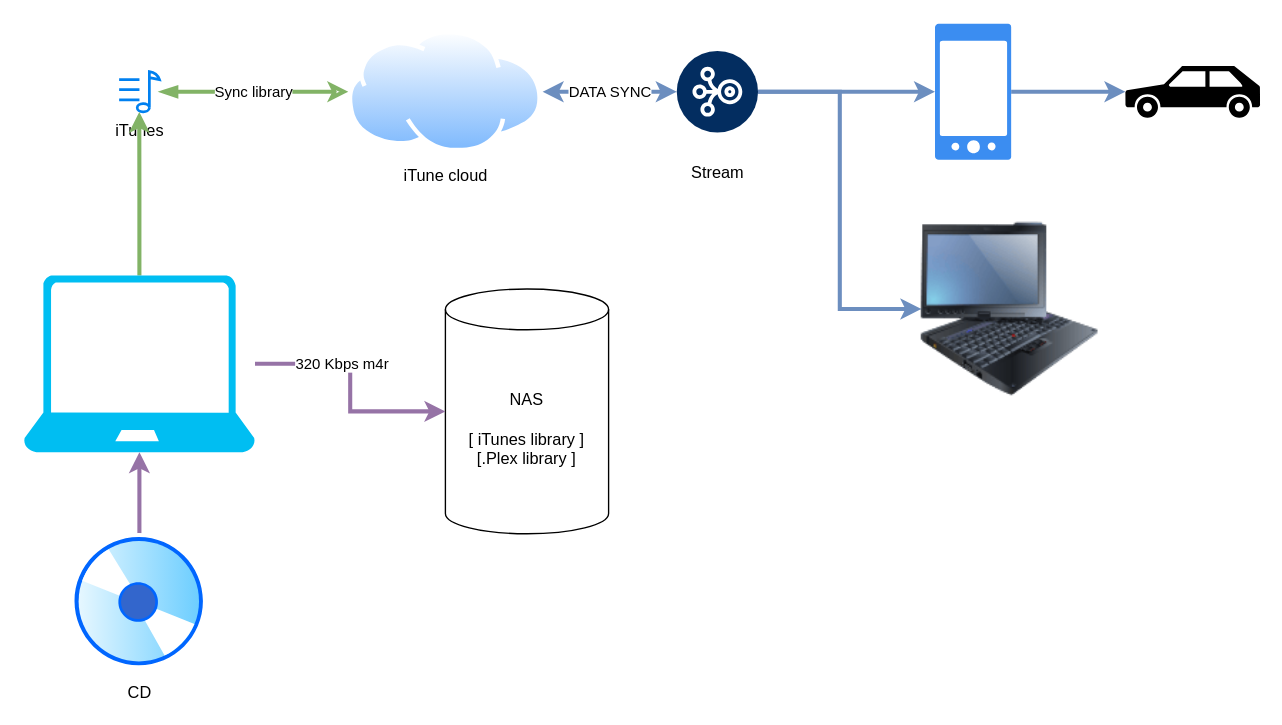
Cadmus-design/Diagrams keeps this draw.io diagram as reddit.drawio. Above is the earlier version. Source tidied: cells renumbered, new cells numbered last; positions are measured from the earlier drawing's top-left corner, leaving out a move shared by most shapes. Both pictures are drawn from the tidied source at 136%, with x=0, y=0 at pixel (23, 23).
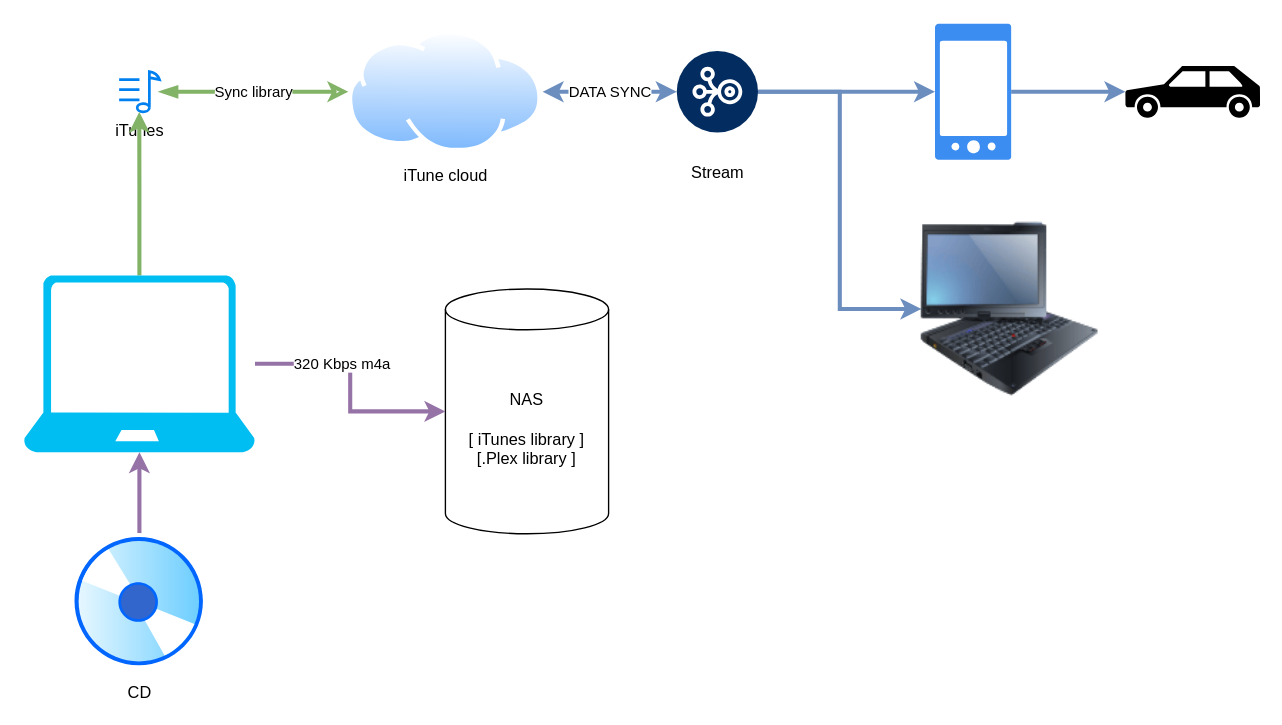
The same diagram, later.

Diff of the diagram source:
```diff
@@
 <mxGraphModel>
   <root>
     <mxCell id="0" />
     <mxCell id="1" parent="0" />
     <mxCell id="2" value="&lt;div&gt;NAS&lt;/div&gt;&lt;div&gt;&lt;br&gt;&lt;/div&gt;&lt;div&gt;[ iTunes library ]&lt;/div&gt;&lt;div&gt;[.Plex library ]&lt;br&gt;&lt;/div&gt;" style="shape=cylinder3;whiteSpace=wrap;html=1;boundedLbl=1;backgroundOutline=1;size=15;" parent="1" vertex="1">
       <mxGeometry x="310" y="195" width="120" height="180" as="geometry" />
     </mxCell>
     <mxCell id="3" style="edgeStyle=orthogonalEdgeStyle;rounded=0;jettySize=auto;html=1;fillColor=#dae8fc;strokeColor=#6c8ebf;strokeWidth=3;" parent="1" edge="1" source="4" target="18">
       <mxGeometry relative="1" as="geometry" />
     </mxCell>
     <mxCell id="4" style="sketch=0;html=1;strokeColor=none;shadow=0;fillColor=#3B8DF1;verticalAlign=top;labelPosition=center;verticalLabelPosition=bottom;shape=mxgraph.gcp2.phone_android;" parent="1" vertex="1">
       <mxGeometry x="670" width="56" height="100" as="geometry" />
     </mxCell>
     <mxCell id="5" value="Sync library" style="edgeStyle=orthogonalEdgeStyle;rounded=0;jettySize=auto;html=1;entryX=0;entryY=0.5;entryDx=0;entryDy=0;strokeWidth=3;fillColor=#d5e8d4;strokeColor=#82b366;endArrow=classic;endFill=0;startArrow=blockThin;startFill=1;" parent="1" edge="1" source="6" target="13">
       <mxGeometry relative="1" as="geometry" />
     </mxCell>
     <mxCell id="6" value="iTunes" style="html=1;verticalLabelPosition=bottom;align=center;labelBackgroundColor=#ffffff;verticalAlign=top;strokeWidth=2;strokeColor=#0080F0;shadow=0;dashed=0;shape=mxgraph.ios7.icons.note;" parent="1" vertex="1">
       <mxGeometry x="70.1" y="35.1" width="29.7" height="29.7" as="geometry" />
     </mxCell>
-    <mxCell id="7" value="320 Kbps m4r" style="edgeStyle=orthogonalEdgeStyle;rounded=0;jettySize=auto;html=1;strokeWidth=3;fillColor=#e1d5e7;strokeColor=#9673a6;" parent="1" edge="1" source="9" target="2">
+    <mxCell id="7" value="320 Kbps m4a" style="edgeStyle=orthogonalEdgeStyle;rounded=0;jettySize=auto;html=1;strokeWidth=3;fillColor=#e1d5e7;strokeColor=#9673a6;" parent="1" edge="1" source="9" target="2">
       <mxGeometry x="-0.27" relative="1" as="geometry" />
     </mxCell>
     <mxCell id="8" style="edgeStyle=orthogonalEdgeStyle;rounded=0;jettySize=auto;html=1;strokeWidth=3;fillColor=#d5e8d4;strokeColor=#82b366;" parent="1" edge="1" source="9" target="6">
       <mxGeometry relative="1" as="geometry" />
     </mxCell>
     <mxCell id="9" style="verticalLabelPosition=bottom;html=1;verticalAlign=top;align=center;strokeColor=none;fillColor=#00BEF2;shape=mxgraph.azure.laptop;" parent="1" vertex="1">
       <mxGeometry y="185" width="170" height="130" as="geometry" />
     </mxCell>
     <mxCell id="10" style="edgeStyle=orthogonalEdgeStyle;rounded=0;jettySize=auto;html=1;strokeWidth=3;fillColor=#e1d5e7;strokeColor=#9673a6;" parent="1" edge="1" source="11" target="9">
       <mxGeometry relative="1" as="geometry" />
     </mxCell>
     <mxCell id="11" value="CD" style="image;perimeter=ellipsePerimeter;html=1;align=center;shadow=0;dashed=0;spacingTop=3;image=img/lib/active_directory/cd_dvd.svg;" parent="1" vertex="1">
       <mxGeometry x="35" y="375" width="100" height="100" as="geometry" />
     </mxCell>
     <mxCell id="12" value="DATA SYNC" style="edgeStyle=orthogonalEdgeStyle;rounded=0;jettySize=auto;html=1;fillColor=#dae8fc;strokeColor=#6c8ebf;strokeWidth=3;startArrow=classic;startFill=1;" parent="1" edge="1" source="13" target="16">
       <mxGeometry relative="1" as="geometry" />
     </mxCell>
     <mxCell id="13" value="iTune cloud" style="image;perimeter=ellipsePerimeter;html=1;align=center;shadow=0;dashed=0;spacingTop=3;image=img/lib/active_directory/internet_cloud.svg;" parent="1" vertex="1">
       <mxGeometry x="238.6" y="5" width="142.9" height="90" as="geometry" />
     </mxCell>
     <mxCell id="14" style="edgeStyle=orthogonalEdgeStyle;rounded=0;jettySize=auto;html=1;fillColor=#dae8fc;strokeColor=#6c8ebf;strokeWidth=3;" parent="1" edge="1" source="16" target="4">
       <mxGeometry relative="1" as="geometry" />
     </mxCell>
     <mxCell id="15" style="edgeStyle=orthogonalEdgeStyle;rounded=0;jettySize=auto;html=1;entryX=0;entryY=0.5;entryDx=0;entryDy=0;fillColor=#dae8fc;strokeColor=#6c8ebf;strokeWidth=3;" parent="1" edge="1" source="16" target="17">
       <mxGeometry relative="1" as="geometry" />
     </mxCell>
     <mxCell id="16" value="Stream" style="verticalLabelPosition=bottom;html=1;shape=mxgraph.salesforce.stream2;strokeWidth=3;" parent="1" vertex="1">
       <mxGeometry x="480" y="20" width="60" height="60" as="geometry" />
     </mxCell>
     <mxCell id="17" style="image;html=1;image=img/lib/clip_art/computers/IBM_Tablet_128x128.png;" parent="1" vertex="1">
       <mxGeometry x="660" y="144.7" width="130" height="130" as="geometry" />
     </mxCell>
     <mxCell id="18" style="shape=mxgraph.signs.transportation.car_3;html=1;fillColor=#000000;strokeColor=none;verticalLabelPosition=bottom;verticalAlign=top;align=center;" parent="1" vertex="1">
       <mxGeometry x="810" y="31" width="99" height="38" as="geometry" />
     </mxCell>
   </root>
 </mxGraphModel>
```
